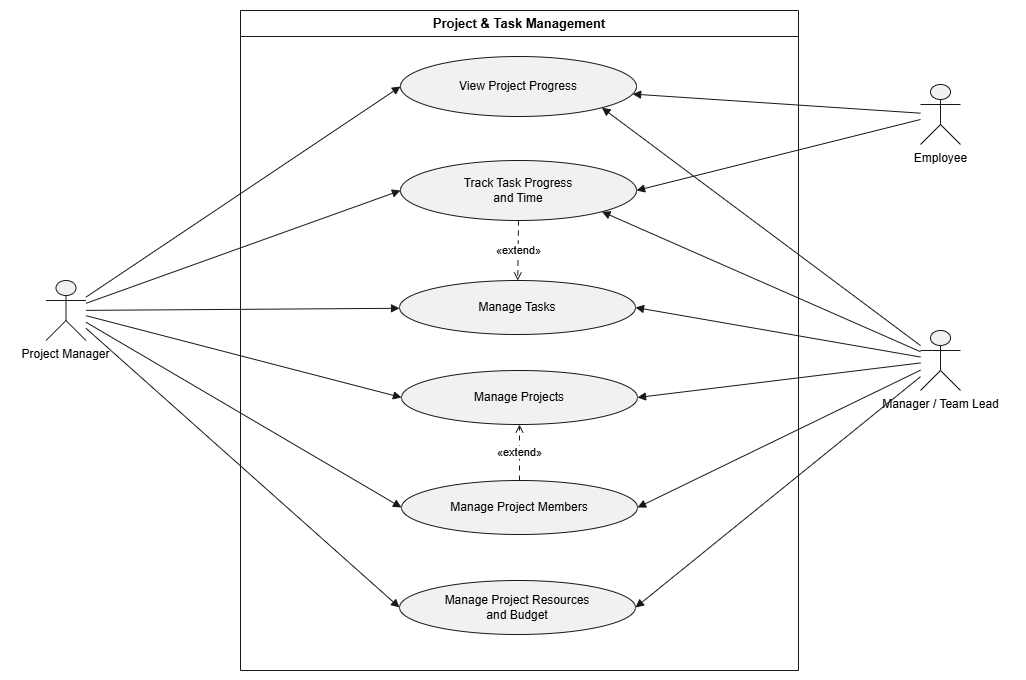
Above: docs/assets/usecase/HR-WorkFoce-Usecase-Project-Task-Management.drawio.png in Hagiakhanh/HR-Workforce-Management (draw.io), before the change. Source tidied: cells renumbered, new cells last; positions are measured from the earlier drawing's top-left corner, leaving out a move shared by most shapes.
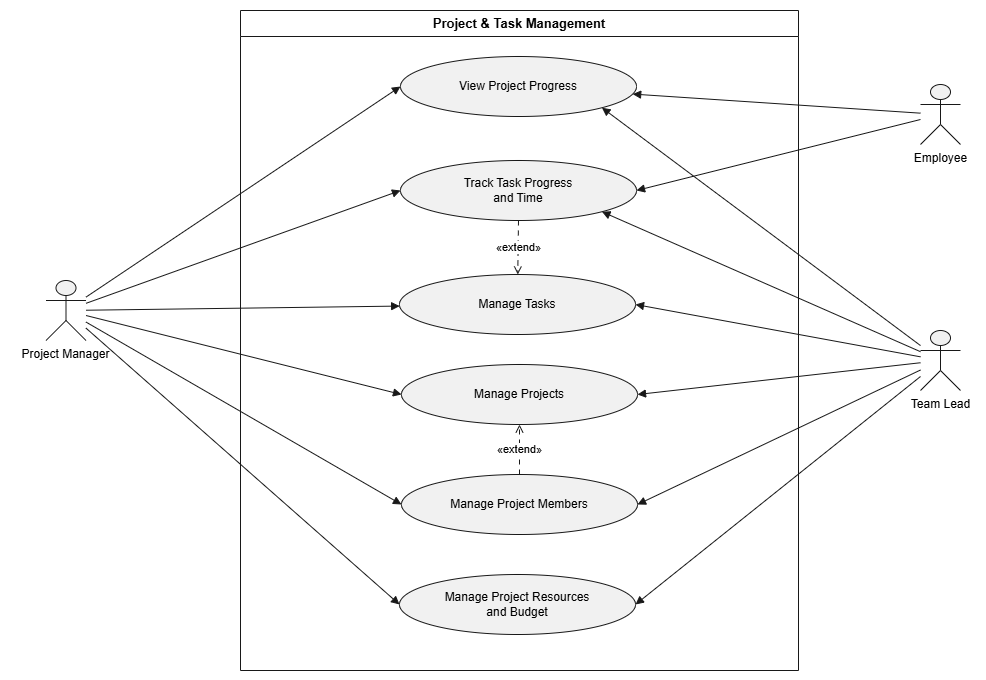
After the change.

Commit message:
doc: fix usecase diagram

The edit, as a diff of the source:
```diff
@@ -3,7 +3,7 @@
     <mxCell id="0" />
     <mxCell id="1" parent="0" />
     <mxCell id="2" style="group;transparentBounds=1;editIcon=1;lockedGroup=0;groupPadding=10;" parent="1" vertex="1">
-      <mxGeometry x="200" width="598" height="700" as="geometry" />
+      <mxGeometry x="200" width="736" height="700" as="geometry" />
     </mxCell>
     <mxCell id="3" value="Project &amp; Task Management" style="swimlane;startSize=26;fillColor=none;strokeColor=#181818;fontColor=#000000;fontSize=13;fontStyle=1;whiteSpace=wrap;" parent="2" vertex="1">
       <mxGeometry x="30" y="30" width="558" height="660" as="geometry" />
@@ -15,16 +15,16 @@
       <mxGeometry x="160" y="150" width="236" height="60" as="geometry" />
     </mxCell>
     <mxCell id="6" value="Manage Project Members" style="ellipse;fillColor=#F1F1F1;strokeColor=#181818;whiteSpace=wrap;fontColor=#000000;fontSize=12;" parent="3" vertex="1">
-      <mxGeometry x="161" y="470" width="236" height="54" as="geometry" />
+      <mxGeometry x="161" y="464" width="236" height="60" as="geometry" />
     </mxCell>
     <mxCell id="7" value="Manage Project Resources&#10;and Budget" style="ellipse;fillColor=#F1F1F1;strokeColor=#181818;whiteSpace=wrap;fontColor=#000000;fontSize=12;" parent="3" vertex="1">
-      <mxGeometry x="159" y="570" width="236" height="54" as="geometry" />
+      <mxGeometry x="159" y="564" width="236" height="60" as="geometry" />
     </mxCell>
     <mxCell id="8" value="Manage Projects" style="ellipse;fillColor=#F1F1F1;strokeColor=#181818;whiteSpace=wrap;fontColor=#000000;fontSize=12;" parent="3" vertex="1">
-      <mxGeometry x="161" y="360" width="236" height="54" as="geometry" />
+      <mxGeometry x="161" y="354" width="236" height="60" as="geometry" />
     </mxCell>
     <mxCell id="9" value="Manage Tasks" style="ellipse;fillColor=#F1F1F1;strokeColor=#181818;whiteSpace=wrap;fontColor=#000000;fontSize=12;" parent="3" vertex="1">
-      <mxGeometry x="159" y="270" width="236" height="54" as="geometry" />
+      <mxGeometry x="159" y="264" width="236" height="60" as="geometry" />
     </mxCell>
     <mxCell id="10" value="«extend»" style="endArrow=open;dashed=1;dashPattern=5 5;strokeColor=#181818;fontColor=#000000;fontSize=11;edgeStyle=none;rounded=0;html=1;" parent="3" edge="1" source="5" target="9">
       <mxGeometry relative="1" as="geometry" />
@@ -41,8 +41,8 @@
     <mxCell id="14" style="shape=umlActor;html=1;fillColor=#F1F1F1;strokeColor=#181818;fontColor=#000000;fontSize=12;" parent="2" vertex="1">
       <mxGeometry x="710" y="350" width="40" height="60" as="geometry" />
     </mxCell>
-    <mxCell id="15" value="Manager / Team Lead" style="text;html=1;align=center;verticalAlign=top;fontColor=#000000;fontSize=12;" parent="2" vertex="1">
-      <mxGeometry x="655" y="410" width="150" height="16" as="geometry" />
+    <mxCell id="15" value="Team Lead" style="text;html=1;align=center;verticalAlign=top;fontColor=#000000;fontSize=12;" parent="2" vertex="1">
+      <mxGeometry x="694.5" y="410" width="71" height="16" as="geometry" />
     </mxCell>
     <mxCell id="16" style="shape=umlActor;html=1;fillColor=#F1F1F1;strokeColor=#181818;fontColor=#000000;fontSize=12;" parent="2" vertex="1">
       <mxGeometry x="-164.5" y="300" width="40" height="60" as="geometry" />
```
